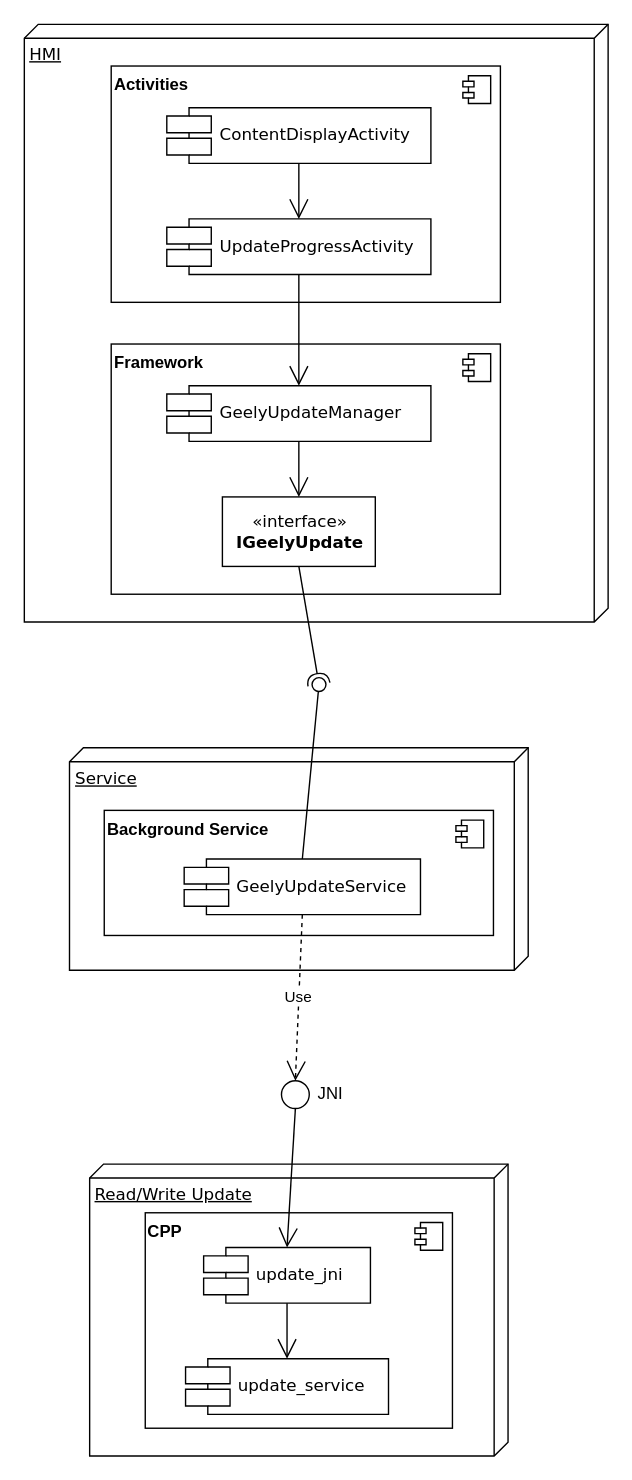
Above: Component Diagram.drawio in thanh12-dtu-test/thanh8.nguyen-lgepartner.com (draw.io), before the change. Source tidied: cells renumbered, new cells numbered last; positions are measured from the earlier drawing's top-left corner, leaving out a move shared by most shapes. Both pictures are drawn from the tidied source at 139%, with x=0, y=0 at pixel (24, 24).
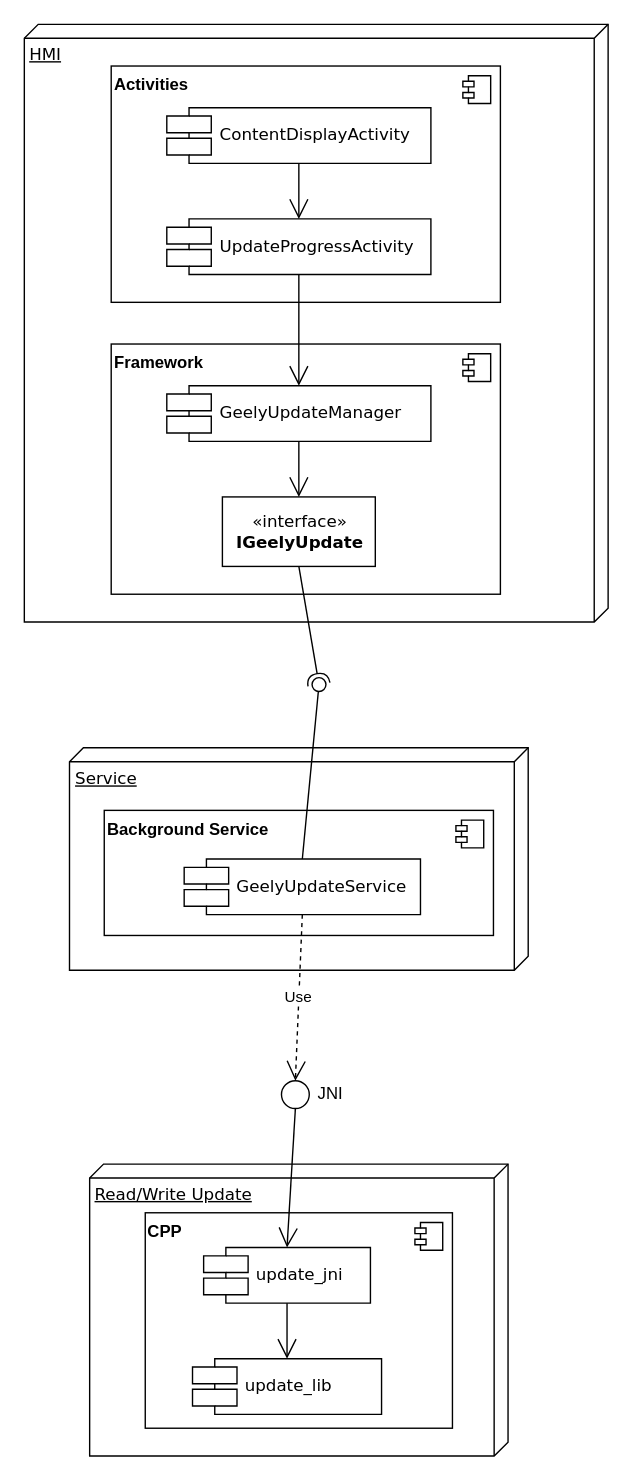
Above is the later version.

Commit message:
Update Component Diagram

What changed in the source:
```diff
@@
-    <mxCell id="28" value="update_service" style="shape=component;align=left;spacingLeft=36;rounded=0;shadow=0;comic=0;labelBackgroundColor=none;strokeWidth=1;fontFamily=Verdana;fontSize=12;html=1;" parent="1" vertex="1">
-      <mxGeometry x="116" y="960" width="146" height="40" as="geometry" />
+    <mxCell id="28" value="update_lib" style="shape=component;align=left;spacingLeft=36;rounded=0;shadow=0;comic=0;labelBackgroundColor=none;strokeWidth=1;fontFamily=Verdana;fontSize=12;html=1;" parent="1" vertex="1">
+      <mxGeometry x="121" y="960" width="136" height="40" as="geometry" />
     </mxCell>
```
